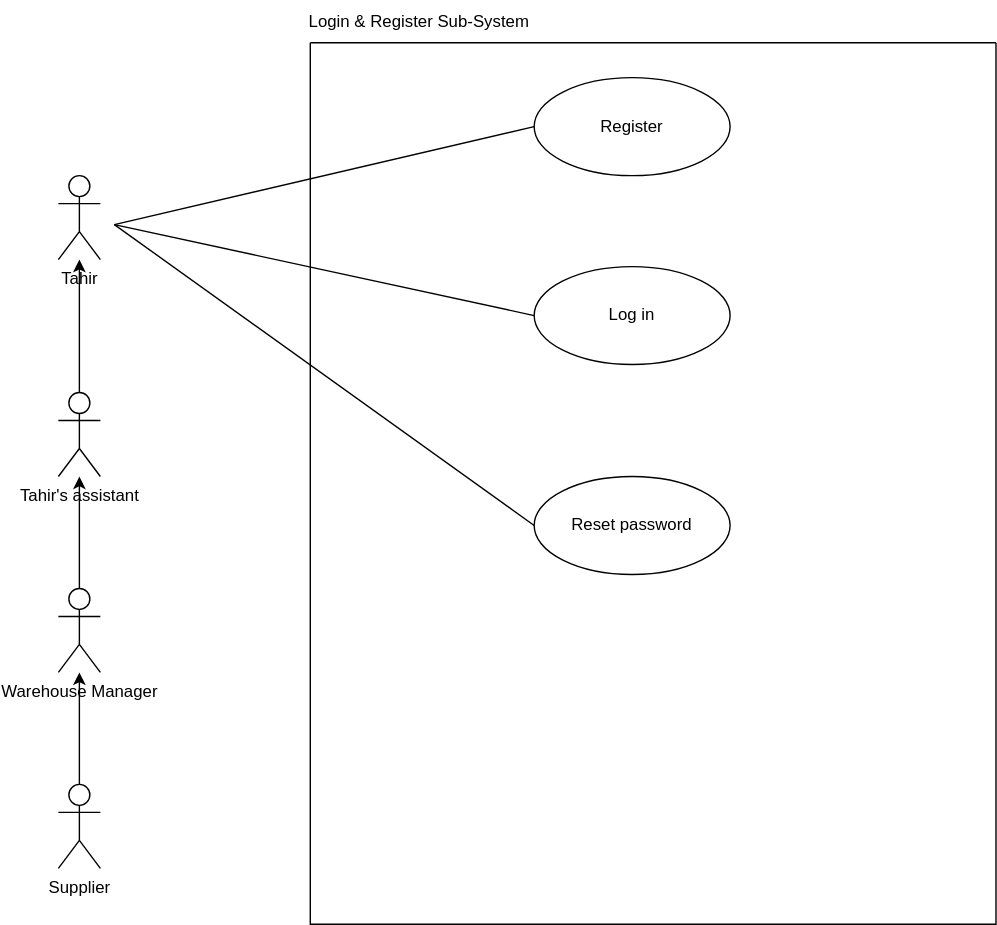
The draw.io diagram Login Register.svg in Simamkele88/IFM3_GP, before a commit. Source tidied: cells renumbered, new cells last; positions are measured from the earlier drawing's top-left corner, leaving out a move shared by most shapes.
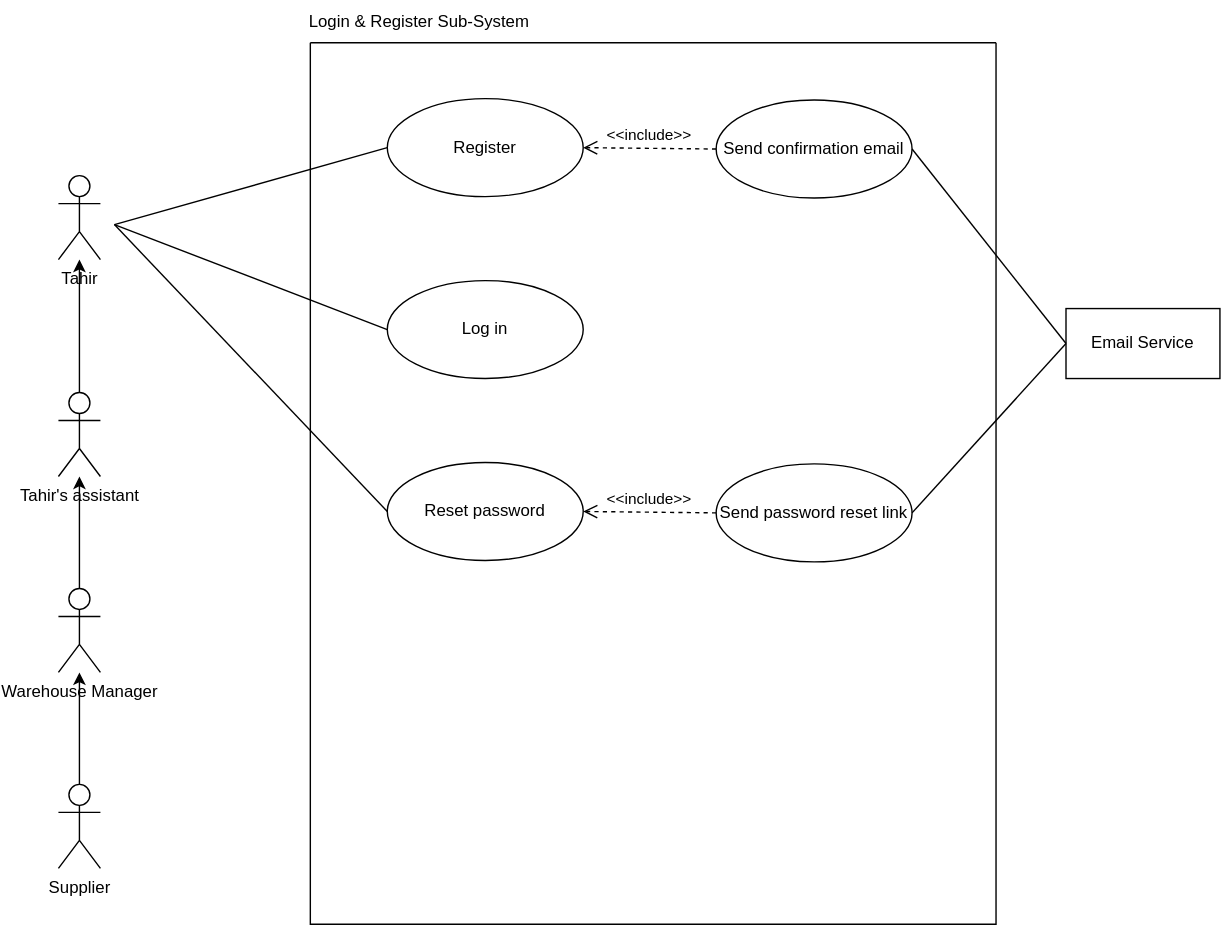
Above is the later version.

Change to the diagram source:
```diff
@@ -9,14 +9,26 @@
       <mxGeometry x="180" y="30" width="490" height="630" as="geometry" />
     </mxCell>
     <mxCell id="4" value="Log in" style="ellipse;whiteSpace=wrap;html=1;strokeColor=default;align=center;verticalAlign=middle;fontFamily=Helvetica;fontSize=12;fontColor=default;fillColor=default;" parent="3" vertex="1">
-      <mxGeometry x="160" y="160" width="140" height="70" as="geometry" />
+      <mxGeometry x="55" y="170" width="140" height="70" as="geometry" />
     </mxCell>
     <mxCell id="5" value="Register" style="ellipse;whiteSpace=wrap;html=1;" parent="3" vertex="1">
-      <mxGeometry x="160" y="25" width="140" height="70" as="geometry" />
+      <mxGeometry x="55" y="40" width="140" height="70" as="geometry" />
     </mxCell>
     <mxCell id="6" value="Reset password" style="ellipse;whiteSpace=wrap;html=1;strokeColor=default;align=center;verticalAlign=middle;fontFamily=Helvetica;fontSize=12;fontColor=default;fillColor=default;" parent="3" vertex="1">
-      <mxGeometry x="160" y="310" width="140" height="70" as="geometry" />
+      <mxGeometry x="55" y="300" width="140" height="70" as="geometry" />
     </mxCell>
+    <mxCell id="17" value="Send confirmation email" style="ellipse;whiteSpace=wrap;html=1;" parent="3" vertex="1">
+      <mxGeometry x="290" y="41" width="140" height="70" as="geometry" />
+    </mxCell>
+    <mxCell id="18" value="Send password reset link" style="ellipse;whiteSpace=wrap;html=1;" parent="3" vertex="1">
+      <mxGeometry x="290" y="301" width="140" height="70" as="geometry" />
+    </mxCell>
+    <mxCell id="19" value="&amp;lt;&amp;lt;include&amp;gt;&amp;gt;" style="html=1;verticalAlign=bottom;endArrow=open;dashed=1;endSize=8;curved=0;rounded=0;exitX=0;exitY=0.5;exitDx=0;exitDy=0;entryX=1;entryY=0.5;entryDx=0;entryDy=0;" parent="3" edge="1" source="18" target="6">
+      <mxGeometry relative="1" as="geometry" />
+    </mxCell>
+    <mxCell id="20" value="&amp;lt;&amp;lt;include&amp;gt;&amp;gt;" style="html=1;verticalAlign=bottom;endArrow=open;dashed=1;endSize=8;curved=0;rounded=0;exitX=0;exitY=0.5;exitDx=0;exitDy=0;entryX=1;entryY=0.5;entryDx=0;entryDy=0;" parent="3" edge="1" source="17" target="5">
+      <mxGeometry relative="1" as="geometry" />
+    </mxCell>
     <mxCell id="7" value="Login &amp;amp; Register Sub-System" style="text;html=1;align=center;verticalAlign=middle;whiteSpace=wrap;rounded=0;" parent="1" vertex="1">
       <mxGeometry x="170" width="176" height="30" as="geometry" />
     </mxCell>
@@ -53,5 +65,14 @@
     <mxCell id="16" value="Supplier" style="shape=umlActor;verticalLabelPosition=bottom;verticalAlign=top;html=1;outlineConnect=0;" parent="1" vertex="1">
       <mxGeometry y="560" width="30" height="60" as="geometry" />
     </mxCell>
+    <mxCell id="21" value="Email Service" style="rounded=0;whiteSpace=wrap;html=1;" parent="1" vertex="1">
+      <mxGeometry x="720" y="220" width="110" height="50" as="geometry" />
+    </mxCell>
+    <mxCell id="22" style="endArrow=none;html=1;rounded=0;entryX=0;entryY=0.5;entryDx=0;entryDy=0;exitX=1;exitY=0.5;exitDx=0;exitDy=0;" parent="1" edge="1" source="17" target="21">
+      <mxGeometry relative="1" as="geometry" />
+    </mxCell>
+    <mxCell id="23" style="endArrow=none;html=1;rounded=0;entryX=0;entryY=0.5;entryDx=0;entryDy=0;exitX=1;exitY=0.5;exitDx=0;exitDy=0;" parent="1" edge="1" source="18" target="21">
+      <mxGeometry relative="1" as="geometry" />
+    </mxCell>
   </root>
 </mxGraphModel>
```
